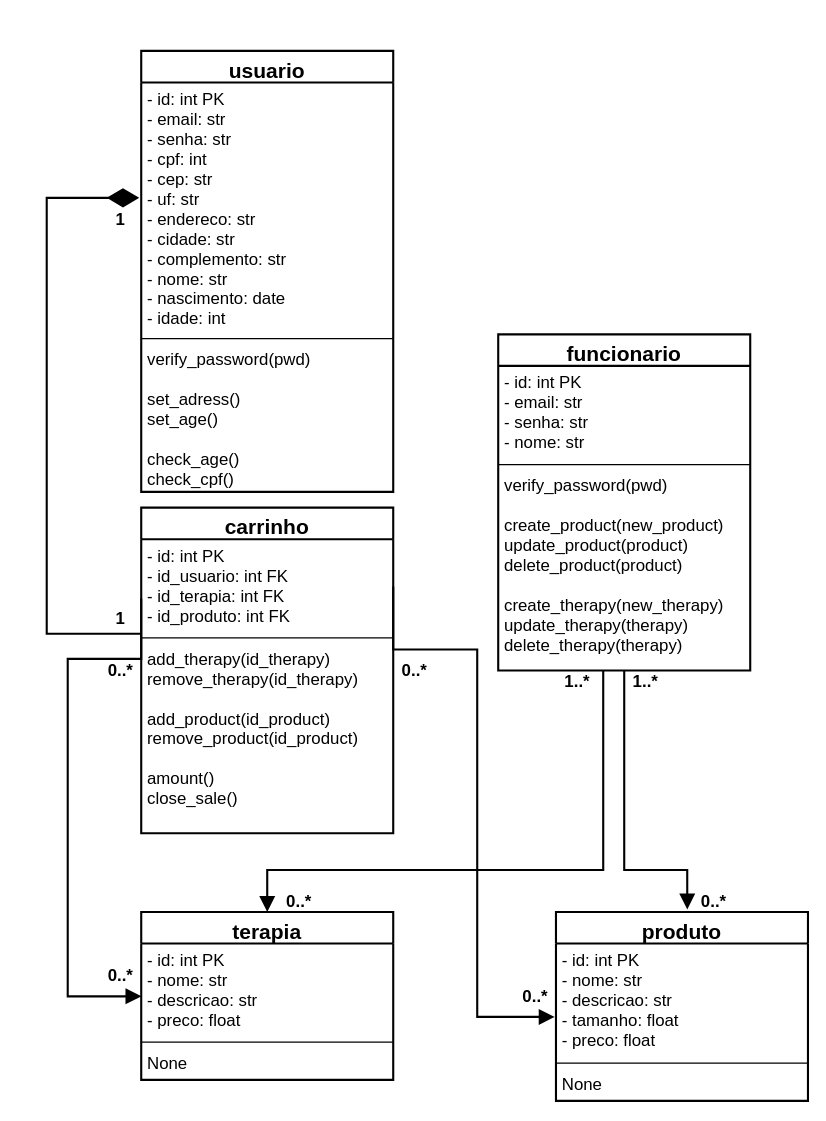
Earlier version of the draw.io diagram page "UML" (1 of 3) of Documents/UML-Diagramas.drawio (terrotar/OPE). Source tidied: cells renumbered, new cells numbered last; positions are measured from the earlier drawing's top-left corner, leaving out a move shared by most shapes. Both pictures are drawn from the tidied source at 105%, with x=0, y=0 at pixel (46, 50).
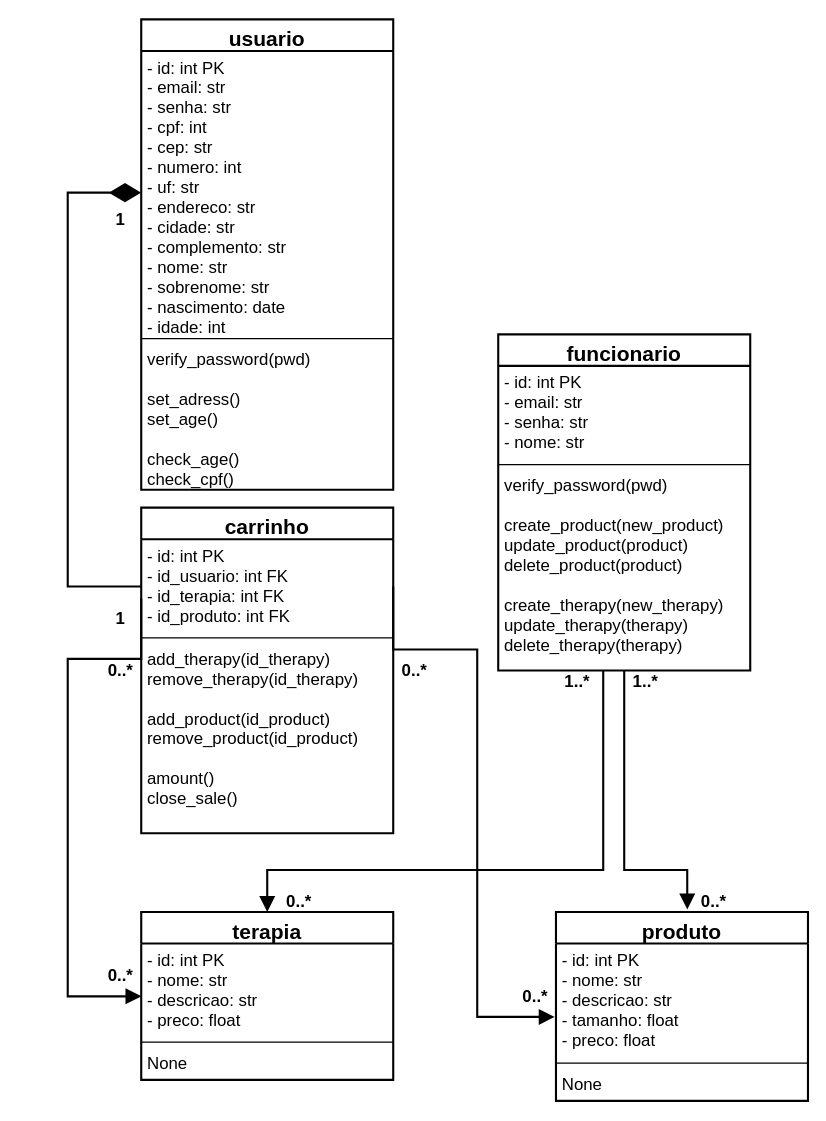
The same diagram, later.

Commit message (it also covers changes not shown here):
Criado pasta Diagrams dentro de Documents para arquivar os .pdf dos diagramas; Adicionado UML.drawio e UML.pdf com a tabela usuario coluna sobrenome e numero.

The change refers to these unchanged cells:
```xml
<mxCell id="21" value="- id: int PK&#10;- id_usuario: int FK&#10;- id_terapia: int FK&#10;- id_produto: int FK" style="text;strokeColor=none;fillColor=none;align=left;verticalAlign=top;spacingLeft=4;spacingRight=4;overflow=hidden;points=[[0,0.5],[1,0.5]];portConstraint=eastwest;fontSize=16;" parent="20" vertex="1">
  <mxGeometry y="30" width="240" height="90" as="geometry" />
</mxCell>
```

The edit, as a diff of the source:
```diff
@@
     <mxCell id="2" value="usuario" style="swimlane;fontStyle=1;align=center;verticalAlign=top;horizontal=1;startSize=30;strokeWidth=2;fontSize=20;" parent="1" vertex="1">
-      <mxGeometry x="90" width="240" height="420" as="geometry" />
+      <mxGeometry x="90" y="-30" width="240" height="448" as="geometry" />
     </mxCell>
-    <mxCell id="3" value="- id: int PK&#10;- email: str&#10;- senha: str&#10;- cpf: int&#10;- cep: str&#10;- uf: str&#10;- endereco: str&#10;- cidade: str&#10;- complemento: str&#10;- nome: str&#10;- nascimento: date&#10;- idade: int" style="text;strokeColor=none;fillColor=none;align=left;verticalAlign=top;spacingLeft=4;spacingRight=4;overflow=hidden;points=[[0,0.5],[1,0.5]];portConstraint=eastwest;fontSize=16;" parent="2" vertex="1">
-      <mxGeometry y="30" width="240" height="240" as="geometry" />
+    <mxCell id="3" value="- id: int PK&#10;- email: str&#10;- senha: str&#10;- cpf: int&#10;- cep: str&#10;- numero: int&#10;- uf: str&#10;- endereco: str&#10;- cidade: str&#10;- complemento: str&#10;- nome: str&#10;- sobrenome: str&#10;- nascimento: date&#10;- idade: int" style="text;strokeColor=none;fillColor=none;align=left;verticalAlign=top;spacingLeft=4;spacingRight=4;overflow=hidden;points=[[0,0.5],[1,0.5]];portConstraint=eastwest;fontSize=16;" parent="2" vertex="1">
+      <mxGeometry y="30" width="240" height="270" as="geometry" />
     </mxCell>
     <mxCell id="4" style="line;strokeWidth=1;fillColor=none;align=left;verticalAlign=middle;spacingTop=-1;spacingLeft=3;spacingRight=3;labelPosition=right;" parent="2" vertex="1">
-      <mxGeometry y="270" width="240" height="8" as="geometry" />
+      <mxGeometry y="300" width="240" height="8" as="geometry" />
     </mxCell>
     <mxCell id="5" value="verify_password(pwd)&#10;&#10;set_adress()&#10;set_age()&#10;&#10;check_age()&#10;check_cpf()" style="text;strokeColor=none;fillColor=none;align=left;verticalAlign=top;spacingLeft=4;spacingRight=4;overflow=hidden;fontSize=16;" parent="2" vertex="1">
-      <mxGeometry y="278" width="240" height="142" as="geometry" />
+      <mxGeometry y="308" width="240" height="140" as="geometry" />
     </mxCell>
@@
-    <mxCell id="24" style="edgeStyle=orthogonalEdgeStyle;rounded=0;jettySize=auto;html=1;strokeWidth=2;endSize=25;endArrow=diamondThin;endFill=1;entryX=-0.008;entryY=0.458;entryDx=0;entryDy=0;entryPerimeter=0;" parent="1" edge="1" source="21" target="3">
+    <mxCell id="24" style="edgeStyle=orthogonalEdgeStyle;rounded=0;jettySize=auto;html=1;strokeWidth=2;endSize=25;endArrow=diamondThin;endFill=1;" parent="1" edge="1" source="21">
       <mxGeometry relative="1" as="geometry">
+        <mxPoint x="90" y="135" as="targetPoint" />
         <Array as="points">
-          <mxPoint y="555" />
-          <mxPoint y="140" />
+          <mxPoint x="20" y="510" />
+          <mxPoint x="20" y="135" />
         </Array>
       </mxGeometry>
     </mxCell>
```
